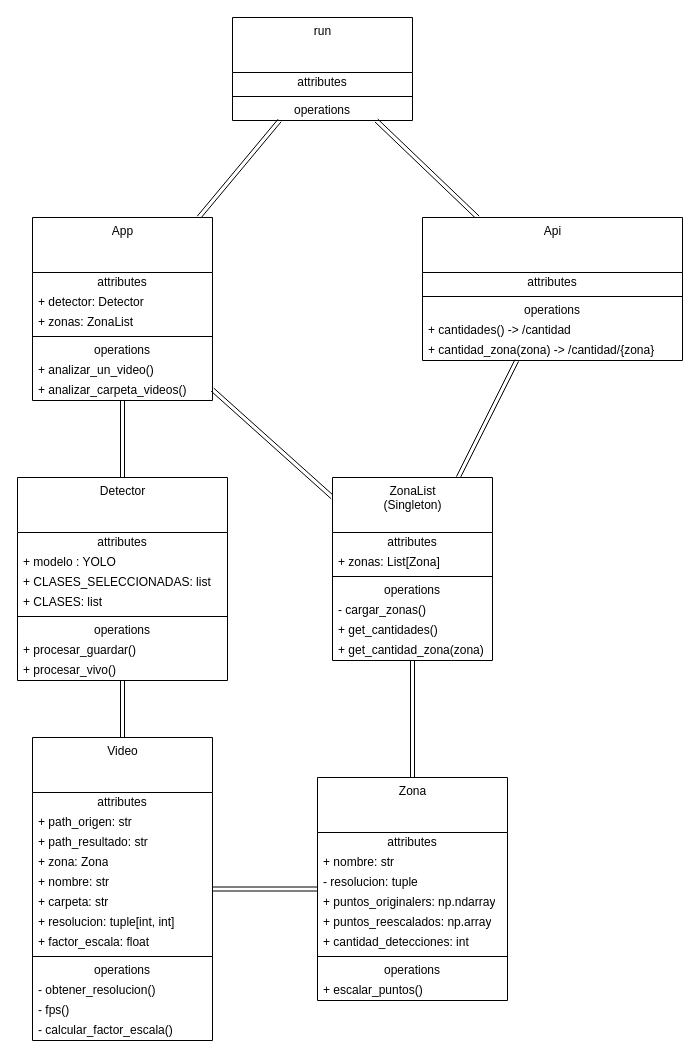
Facundo-Guarnier/Tesis-Implementacion keeps this draw.io diagram as clases.drawio. Above is the earlier version. Source tidied: cells renumbered, new cells numbered last; positions are measured from the earlier drawing's top-left corner, leaving out a move shared by most shapes. Both pictures are drawn from the tidied source at 100%, with x=0, y=0 at pixel (17, 17).
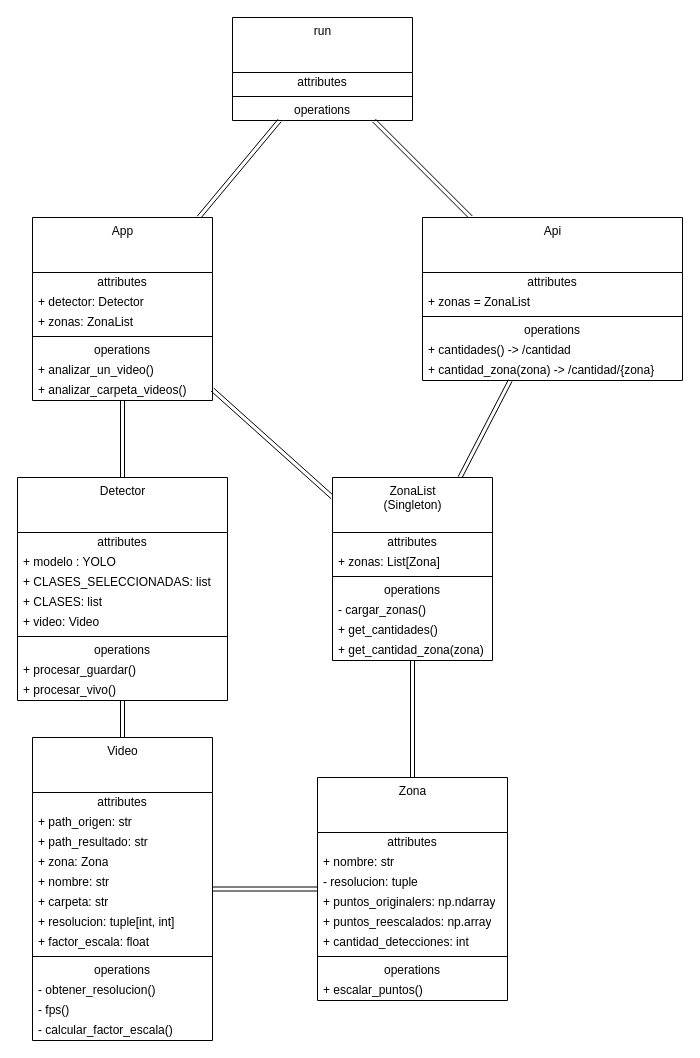
Above is the later version.

The edit, as a diff of the source:
```diff
@@
     <mxCell id="12" value="Detector&lt;br&gt;" style="swimlane;fontStyle=0;align=center;verticalAlign=top;horizontal=1;startSize=55;html=1;" parent="1" vertex="1">
-      <mxGeometry y="460" width="210" height="203" as="geometry" />
+      <mxGeometry y="460" width="210" height="223" as="geometry" />
     </mxCell>
@@
+    <mxCell id="69" value="+ video: Video" style="text;html=1;strokeColor=none;fillColor=none;align=left;verticalAlign=middle;spacingLeft=4;spacingRight=4;overflow=hidden;" parent="12" vertex="1">
+      <mxGeometry y="135" width="210" height="20" as="geometry" />
+    </mxCell>
     <mxCell id="17" style="line;strokeWidth=1;fillColor=none;align=left;verticalAlign=middle;spacingTop=-1;spacingLeft=3;spacingRight=3;labelPosition=right;" parent="12" vertex="1">
-      <mxGeometry y="135" width="210" height="8" as="geometry" />
+      <mxGeometry y="155" width="210" height="8" as="geometry" />
     </mxCell>
     <mxCell id="18" value="operations" style="text;html=1;strokeColor=none;fillColor=none;align=center;verticalAlign=middle;spacingLeft=4;spacingRight=4;overflow=hidden;" parent="12" vertex="1">
-      <mxGeometry y="143" width="210" height="20" as="geometry" />
+      <mxGeometry y="163" width="210" height="20" as="geometry" />
     </mxCell>
     <mxCell id="19" value="+ procesar_guardar()" style="text;html=1;strokeColor=none;fillColor=none;align=left;verticalAlign=middle;spacingLeft=4;spacingRight=4;overflow=hidden;" parent="12" vertex="1">
-      <mxGeometry y="163" width="210" height="20" as="geometry" />
+      <mxGeometry y="183" width="210" height="20" as="geometry" />
     </mxCell>
     <mxCell id="20" value="+ procesar_vivo()" style="text;html=1;strokeColor=none;fillColor=none;align=left;verticalAlign=middle;spacingLeft=4;spacingRight=4;overflow=hidden;" parent="12" vertex="1">
-      <mxGeometry y="183" width="210" height="20" as="geometry" />
+      <mxGeometry y="203" width="210" height="20" as="geometry" />
     </mxCell>
@@
     <mxCell id="22" value="Api&lt;br&gt;" style="swimlane;fontStyle=0;align=center;verticalAlign=top;horizontal=1;startSize=55;html=1;" parent="1" vertex="1">
-      <mxGeometry x="405" y="200" width="260" height="143" as="geometry" />
+      <mxGeometry x="405" y="200" width="260" height="163" as="geometry" />
     </mxCell>
@@
+    <mxCell id="70" value="+ zonas = ZonaList" style="text;html=1;strokeColor=none;fillColor=none;align=left;verticalAlign=middle;spacingLeft=4;spacingRight=4;overflow=hidden;" parent="22" vertex="1">
+      <mxGeometry y="75" width="260" height="20" as="geometry" />
+    </mxCell>
     <mxCell id="24" style="line;strokeWidth=1;fillColor=none;align=left;verticalAlign=middle;spacingTop=-1;spacingLeft=3;spacingRight=3;labelPosition=right;" parent="22" vertex="1">
-      <mxGeometry y="75" width="260" height="8" as="geometry" />
+      <mxGeometry y="95" width="260" height="8" as="geometry" />
     </mxCell>
     <mxCell id="25" value="operations" style="text;html=1;strokeColor=none;fillColor=none;align=center;verticalAlign=middle;spacingLeft=4;spacingRight=4;overflow=hidden;" parent="22" vertex="1">
-      <mxGeometry y="83" width="260" height="20" as="geometry" />
+      <mxGeometry y="103" width="260" height="20" as="geometry" />
     </mxCell>
     <mxCell id="26" value="+ cantidades() -&amp;gt; /cantidad" style="text;html=1;strokeColor=none;fillColor=none;align=left;verticalAlign=middle;spacingLeft=4;spacingRight=4;overflow=hidden;" parent="22" vertex="1">
-      <mxGeometry y="103" width="260" height="20" as="geometry" />
+      <mxGeometry y="123" width="260" height="20" as="geometry" />
     </mxCell>
     <mxCell id="27" value="+ cantidad_zona(zona) -&amp;gt; /cantidad/{zona}" style="text;html=1;strokeColor=none;fillColor=none;align=left;verticalAlign=middle;spacingLeft=4;spacingRight=4;overflow=hidden;" parent="22" vertex="1">
-      <mxGeometry y="123" width="260" height="20" as="geometry" />
+      <mxGeometry y="143" width="260" height="20" as="geometry" />
     </mxCell>
```
